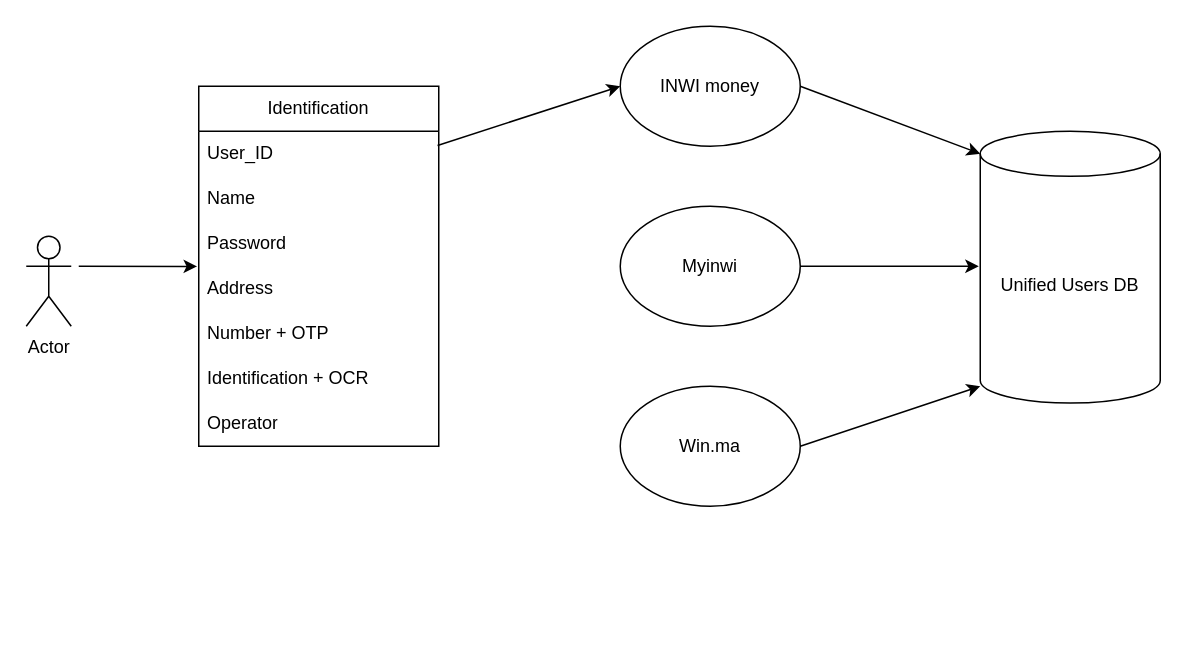
This is INWI ecosystem.drawio from IZeMgg/wincro, a draw.io file, before an edit. Source tidied: cells renumbered, new cells numbered last; positions are measured from the earlier drawing's top-left corner, leaving out a move shared by most shapes. Both pictures are drawn from the tidied source at 150%, with x=0, y=0 at pixel (26, 26).
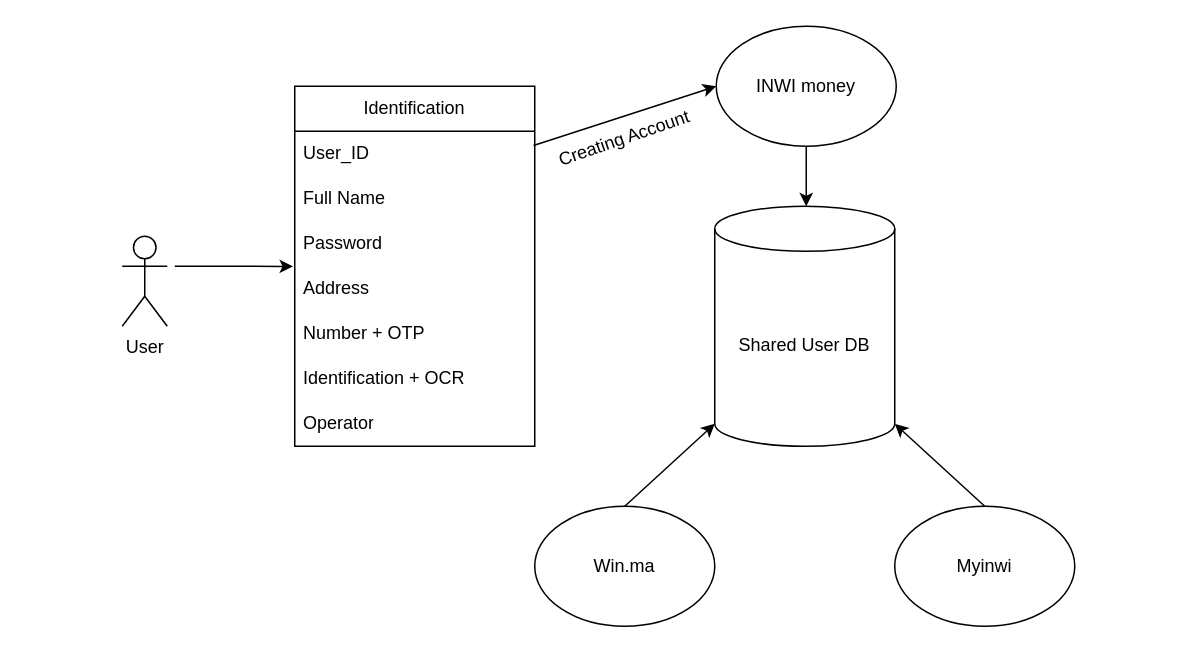
The same page after the edit.

The change refers to these unchanged cells:
```xml
<mxCell id="6" value="Address" style="text;strokeColor=none;fillColor=none;align=left;verticalAlign=middle;spacingLeft=4;spacingRight=4;overflow=hidden;points=[[0,0.5],[1,0.5]];portConstraint=eastwest;whiteSpace=wrap;html=1;" parent="2" vertex="1">
  <mxGeometry y="120" width="160" height="30" as="geometry" />
</mxCell>
```

What changed in the source:
```diff
@@
     <mxCell id="2" value="Identification" style="swimlane;fontStyle=0;horizontal=1;startSize=30;whiteSpace=wrap;html=1;" parent="1" vertex="1">
-      <mxGeometry x="115" y="40" width="160" height="240" as="geometry" />
+      <mxGeometry x="179" y="40" width="160" height="240" as="geometry" />
     </mxCell>
@@
-    <mxCell id="4" value="Name" style="text;strokeColor=none;fillColor=none;align=left;verticalAlign=middle;spacingLeft=4;spacingRight=4;overflow=hidden;whiteSpace=wrap;html=1;glass=0;" parent="2" vertex="1">
+    <mxCell id="4" value="Full Name" style="text;strokeColor=none;fillColor=none;align=left;verticalAlign=middle;spacingLeft=4;spacingRight=4;overflow=hidden;whiteSpace=wrap;html=1;glass=0;" parent="2" vertex="1">
       <mxGeometry y="60" width="160" height="30" as="geometry" />
     </mxCell>
@@
-    <mxCell id="10" value="Unified Users DB" style="shape=cylinder3;whiteSpace=wrap;html=1;boundedLbl=1;backgroundOutline=1;size=15;" parent="1" vertex="1">
-      <mxGeometry x="636" y="70" width="120" height="181.2" as="geometry" />
+    <mxCell id="10" value="Shared User DB" style="shape=cylinder3;whiteSpace=wrap;html=1;boundedLbl=1;backgroundOutline=1;size=15;" parent="1" vertex="1">
+      <mxGeometry x="459" y="120" width="120" height="160" as="geometry" />
     </mxCell>
-    <mxCell id="11" value="Actor" style="shape=umlActor;verticalLabelPosition=bottom;verticalAlign=top;html=1;" parent="1" vertex="1">
-      <mxGeometry y="140" width="30" height="60" as="geometry" />
+    <mxCell id="11" value="User" style="shape=umlActor;verticalLabelPosition=bottom;verticalAlign=top;html=1;" parent="1" vertex="1">
+      <mxGeometry x="64" y="140" width="30" height="60" as="geometry" />
     </mxCell>
     <mxCell id="12" style="endArrow=classic;html=1;rounded=0;entryX=-0.007;entryY=0.004;entryDx=0;entryDy=0;entryPerimeter=0;" parent="1" edge="1" target="6">
       <mxGeometry relative="1" as="geometry">
-        <mxPoint x="35" y="160" as="sourcePoint" />
+        <mxPoint x="99" y="160" as="sourcePoint" />
       </mxGeometry>
     </mxCell>
     <mxCell id="13" value="Win.ma" style="ellipse;whiteSpace=wrap;html=1;" parent="1" vertex="1">
-      <mxGeometry x="396" y="240" width="120" height="80" as="geometry" />
+      <mxGeometry x="339" y="320" width="120" height="80" as="geometry" />
     </mxCell>
     <mxCell id="14" value="Myinwi" style="ellipse;whiteSpace=wrap;html=1;" parent="1" vertex="1">
-      <mxGeometry x="396" y="120" width="120" height="80" as="geometry" />
+      <mxGeometry x="579" y="320" width="120" height="80" as="geometry" />
     </mxCell>
     <mxCell id="15" value="INWI money" style="ellipse;whiteSpace=wrap;html=1;" parent="1" vertex="1">
-      <mxGeometry x="396" width="120" height="80" as="geometry" />
+      <mxGeometry x="460" width="120" height="80" as="geometry" />
     </mxCell>
@@
-    <mxCell id="17" style="endArrow=classic;html=1;rounded=0;entryX=0;entryY=0;entryDx=0;entryDy=15;entryPerimeter=0;exitX=1;exitY=0.5;exitDx=0;exitDy=0;" parent="1" edge="1" source="15" target="10">
-      <mxGeometry relative="1" as="geometry" />
+    <mxCell id="17" style="endArrow=classic;html=1;rounded=0;exitX=0.5;exitY=1;exitDx=0;exitDy=0;" parent="1" edge="1" source="15">
+      <mxGeometry relative="1" as="geometry">
+        <mxPoint x="520" y="120" as="targetPoint" />
+      </mxGeometry>
     </mxCell>
-    <mxCell id="18" style="endArrow=classic;html=1;rounded=0;exitX=1;exitY=0.5;exitDx=0;exitDy=0;" parent="1" edge="1" source="14">
-      <mxGeometry relative="1" as="geometry">
-        <mxPoint x="635" y="160" as="targetPoint" />
-      </mxGeometry>
+    <mxCell id="18" style="endArrow=classic;html=1;rounded=0;exitX=0.5;exitY=0;exitDx=0;exitDy=0;entryX=1;entryY=1;entryDx=0;entryDy=-15;entryPerimeter=0;" parent="1" edge="1" source="14" target="10">
+      <mxGeometry relative="1" as="geometry" />
     </mxCell>
-    <mxCell id="19" style="endArrow=classic;html=1;rounded=0;exitX=1;exitY=0.5;exitDx=0;exitDy=0;entryX=0;entryY=0.938;entryDx=0;entryDy=0;entryPerimeter=0;" parent="1" edge="1" source="13" target="10">
+    <mxCell id="19" style="endArrow=classic;html=1;rounded=0;exitX=0.5;exitY=0;exitDx=0;exitDy=0;entryX=0;entryY=1;entryDx=0;entryDy=-15;entryPerimeter=0;" parent="1" edge="1" source="13" target="10">
       <mxGeometry relative="1" as="geometry" />
     </mxCell>
+    <mxCell id="20" value="Creating Account" style="text;html=1;align=center;verticalAlign=middle;whiteSpace=wrap;rounded=0;rotation=-19;" parent="1" vertex="1">
+      <mxGeometry x="339" y="60" width="120" height="30" as="geometry" />
+    </mxCell>
```
